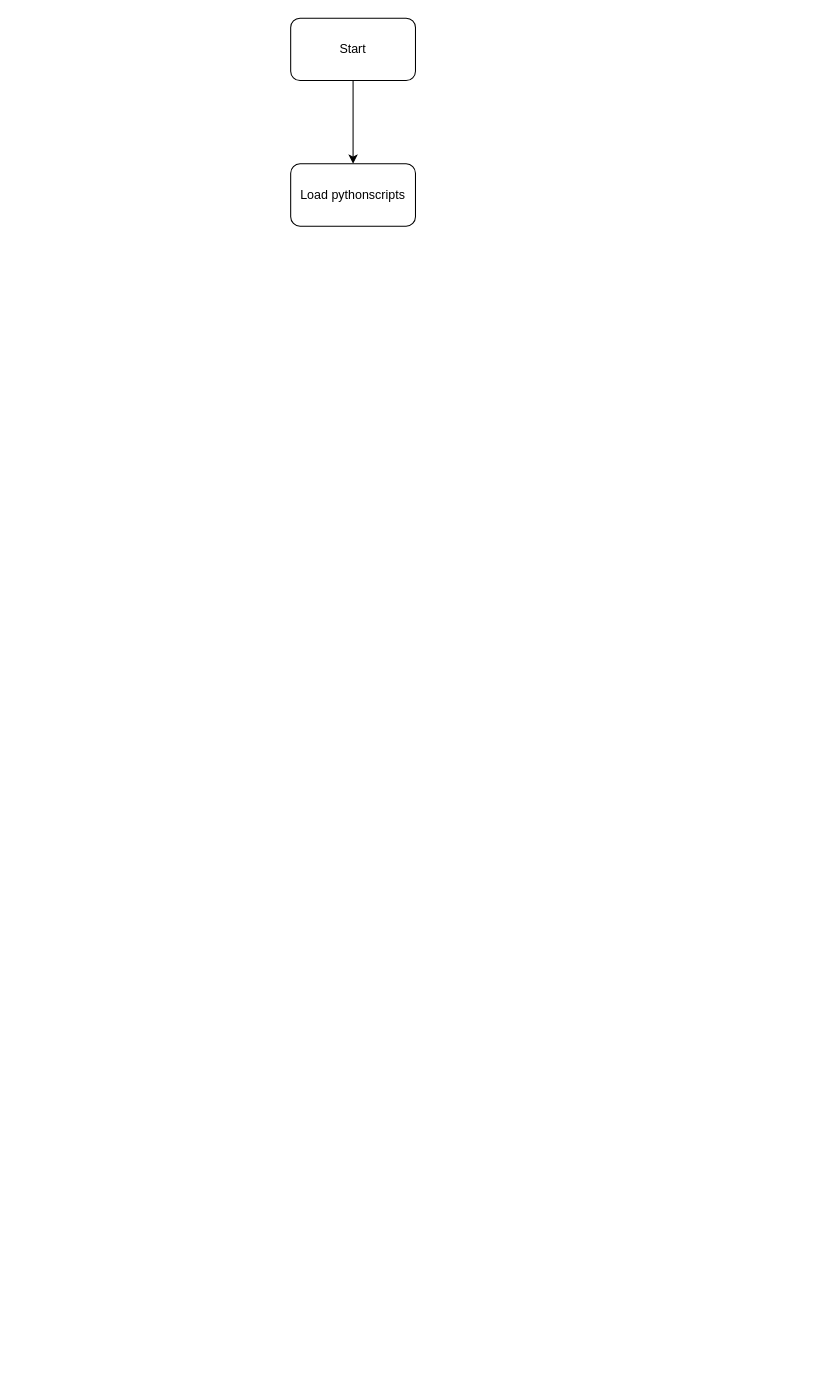
The draw.io diagram FlowchartPython.drawio in bhahohocrzmoto/FEMTB880Case-0, before the edit. Source tidied: cells renumbered, new cells numbered last; positions are measured from the earlier drawing's top-left corner, leaving out a move shared by most shapes. Both pictures are drawn from the tidied source at 104%, with x=0, y=0 at pixel (290, 18).
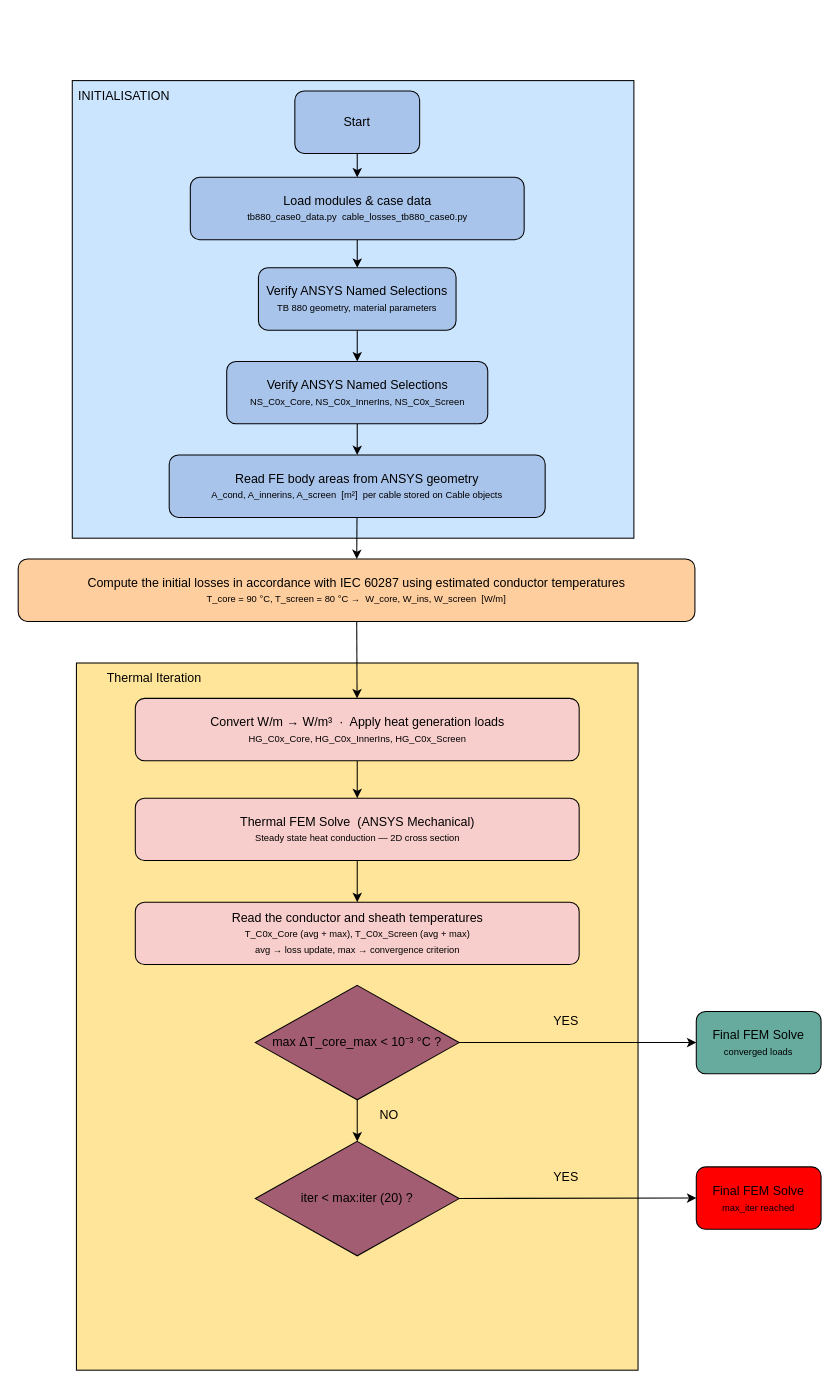
Above is the later version.

Diff of the diagram source:
```diff
@@
+    <mxCell id="5" style="rounded=0;whiteSpace=wrap;html=1;fillColor=#CCE5FF;" parent="1" vertex="1">
+      <mxGeometry x="-210" y="60" width="540" height="440" as="geometry" />
+    </mxCell>
@@
-    <mxCell id="3" value="Start" style="rounded=1;whiteSpace=wrap;html=1;" parent="1" vertex="1">
-      <mxGeometry width="120" height="60" as="geometry" />
+    <mxCell id="3" value="Start" style="rounded=1;whiteSpace=wrap;html=1;fillColor=#A9C4EB;" parent="1" vertex="1">
+      <mxGeometry x="4" y="70" width="120" height="60" as="geometry" />
     </mxCell>
+    <mxCell id="6" style="edgeStyle=orthogonalEdgeStyle;rounded=0;jettySize=auto;html=1;" parent="1" edge="1" source="4" target="9">
+      <mxGeometry relative="1" as="geometry" />
+    </mxCell>
-    <mxCell id="4" value="Load pythonscripts" style="rounded=1;whiteSpace=wrap;html=1;" parent="1" vertex="1">
-      <mxGeometry y="140" width="120" height="60" as="geometry" />
+    <mxCell id="4" value="&lt;div&gt;Load modules &amp;amp; case data&lt;/div&gt;&lt;font style=&quot;font-size: 9px;&quot;&gt;tb880_case0_data.py&amp;nbsp; cable_losses_tb880_case0.py&lt;/font&gt;" style="rounded=1;whiteSpace=wrap;html=1;fillColor=#A9C4EB;" parent="1" vertex="1">
+      <mxGeometry x="-96.5" y="153" width="321" height="60" as="geometry" />
     </mxCell>
+    <mxCell id="7" value="INITIALISATION" style="text;html=1;whiteSpace=wrap;strokeColor=none;fillColor=none;align=center;verticalAlign=middle;rounded=0;" parent="1" vertex="1">
+      <mxGeometry x="-190" y="60" width="60" height="30" as="geometry" />
+    </mxCell>
+    <mxCell id="8" style="edgeStyle=orthogonalEdgeStyle;rounded=0;jettySize=auto;html=1;" parent="1" edge="1" source="9" target="11">
+      <mxGeometry relative="1" as="geometry" />
+    </mxCell>
+    <mxCell id="9" value="&lt;div&gt;Verify ANSYS Named Selections&lt;/div&gt;&lt;font style=&quot;font-size: 9px;&quot;&gt;TB 880 geometry, material parameters&lt;/font&gt;" style="rounded=1;whiteSpace=wrap;html=1;fillColor=#A9C4EB;" parent="1" vertex="1">
+      <mxGeometry x="-31" y="240" width="190" height="60" as="geometry" />
+    </mxCell>
+    <mxCell id="10" style="edgeStyle=orthogonalEdgeStyle;rounded=0;jettySize=auto;html=1;" parent="1" edge="1" source="11" target="13">
+      <mxGeometry relative="1" as="geometry" />
+    </mxCell>
+    <mxCell id="11" value="&lt;div&gt;Verify ANSYS Named Selections&lt;/div&gt;&lt;div&gt;&lt;font style=&quot;font-size: 9px;&quot;&gt;NS_C0x_Core, NS_C0x_InnerIns, NS_C0x_Screen&lt;/font&gt;&lt;/div&gt;" style="rounded=1;whiteSpace=wrap;html=1;fillColor=#A9C4EB;" parent="1" vertex="1">
+      <mxGeometry x="-61.5" y="330" width="251" height="60" as="geometry" />
+    </mxCell>
+    <mxCell id="12" style="rounded=0;jettySize=auto;html=1;" parent="1" edge="1" source="13" target="14">
+      <mxGeometry relative="1" as="geometry" />
+    </mxCell>
+    <mxCell id="13" value="&lt;div&gt;Read FE body areas from ANSYS geometry&lt;/div&gt;&lt;font style=&quot;font-size: 9px;&quot;&gt;A_cond, A_innerins, A_screen&amp;nbsp; [m²]&amp;nbsp; per cable stored on Cable objects&lt;/font&gt;" style="rounded=1;whiteSpace=wrap;html=1;fillColor=#A9C4EB;" parent="1" vertex="1">
+      <mxGeometry x="-116.8" y="420" width="361.5" height="60" as="geometry" />
+    </mxCell>
+    <mxCell id="14" value="&lt;div&gt;Compute the initial losses in accordance with IEC 60287 using estimated conductor temperatures&lt;/div&gt;&lt;font style=&quot;font-size: 9px;&quot;&gt;T_core = 90 °C, T_screen = 80 °C →&amp;nbsp; W_core, W_ins, W_screen&amp;nbsp; [W/m]&lt;/font&gt;" style="rounded=1;whiteSpace=wrap;html=1;fillColor=#FFCE9F;" parent="1" vertex="1">
+      <mxGeometry x="-262" y="520" width="650.7" height="60" as="geometry" />
+    </mxCell>
+    <mxCell id="15" style="rounded=0;whiteSpace=wrap;html=1;fillColor=#FFE599;" parent="1" vertex="1">
+      <mxGeometry x="-206" y="620" width="540" height="680" as="geometry" />
+    </mxCell>
+    <mxCell id="16" value="Thermal Iteration" style="text;html=1;whiteSpace=wrap;strokeColor=none;fillColor=none;align=center;verticalAlign=middle;rounded=0;" parent="1" vertex="1">
+      <mxGeometry x="-206" y="620" width="150" height="30" as="geometry" />
+    </mxCell>
+    <mxCell id="17" style="rounded=0;jettySize=auto;html=1;" parent="1" edge="1" source="18" target="21">
+      <mxGeometry relative="1" as="geometry" />
+    </mxCell>
+    <mxCell id="18" value="&lt;div&gt;Convert W/m → W/m³&amp;nbsp; ·&amp;nbsp; Apply heat generation loads&lt;/div&gt;&lt;font style=&quot;font-size: 9px;&quot;&gt;HG_C0x_Core, HG_C0x_InnerIns, HG_C0x_Screen&lt;/font&gt;" style="rounded=1;whiteSpace=wrap;html=1;fillColor=#F8CECC;" parent="1" vertex="1">
+      <mxGeometry x="-149.4" y="654" width="426.8" height="60" as="geometry" />
+    </mxCell>
+    <mxCell id="19" style="rounded=0;jettySize=auto;html=1;" parent="1" edge="1" source="14" target="18">
+      <mxGeometry relative="1" as="geometry" />
+    </mxCell>
+    <mxCell id="20" style="edgeStyle=orthogonalEdgeStyle;rounded=0;jettySize=auto;html=1;" parent="1" edge="1" source="21" target="22">
+      <mxGeometry relative="1" as="geometry" />
+    </mxCell>
+    <mxCell id="21" value="&lt;div&gt;Thermal FEM Solve&amp;nbsp; (ANSYS Mechanical)&lt;/div&gt;&lt;font style=&quot;font-size: 9px;&quot;&gt;Steady state heat conduction — 2D cross section&lt;/font&gt;" style="rounded=1;whiteSpace=wrap;html=1;fillColor=#F8CECC;" parent="1" vertex="1">
+      <mxGeometry x="-149.4" y="750" width="426.8" height="60" as="geometry" />
+    </mxCell>
+    <mxCell id="22" value="&lt;div&gt;Read the conductor and sheath temperatures&lt;/div&gt;&lt;div&gt;&lt;font style=&quot;font-size: 9px;&quot;&gt;T_C0x_Core (avg + max), T_C0x_Screen (avg + max)&lt;/font&gt;&lt;/div&gt;&lt;div&gt;&lt;font style=&quot;font-size: 9px;&quot;&gt;avg → loss update, max → convergence criterion&lt;/font&gt;&lt;/div&gt;" style="rounded=1;whiteSpace=wrap;html=1;fillColor=#F8CECC;" parent="1" vertex="1">
+      <mxGeometry x="-149.4" y="850" width="426.8" height="60" as="geometry" />
+    </mxCell>
+    <mxCell id="23" style="edgeStyle=orthogonalEdgeStyle;rounded=0;jettySize=auto;html=1;" parent="1" edge="1" source="25" target="26">
+      <mxGeometry relative="1" as="geometry" />
+    </mxCell>
+    <mxCell id="24" style="edgeStyle=orthogonalEdgeStyle;rounded=0;jettySize=auto;html=1;" parent="1" edge="1" source="25" target="29">
+      <mxGeometry relative="1" as="geometry" />
+    </mxCell>
+    <mxCell id="25" value="max ΔT_core_max &amp;lt; 10⁻³ °C ?" style="rhombus;whiteSpace=wrap;html=1;fillColor=#A35D72;" parent="1" vertex="1">
+      <mxGeometry x="-34" y="930" width="196" height="110" as="geometry" />
+    </mxCell>
+    <mxCell id="26" value="&lt;div&gt;Final FEM Solve&lt;/div&gt;&lt;font style=&quot;font-size: 9px;&quot;&gt;converged loads&lt;/font&gt;" style="rounded=1;whiteSpace=wrap;html=1;fillColor=#67AB9F;" parent="1" vertex="1">
+      <mxGeometry x="390" y="955" width="120" height="60" as="geometry" />
+    </mxCell>
+    <mxCell id="27" value="YES" style="text;html=1;whiteSpace=wrap;strokeColor=none;fillColor=none;align=center;verticalAlign=middle;rounded=0;" parent="1" vertex="1">
+      <mxGeometry x="189.5" y="950" width="150" height="30" as="geometry" />
+    </mxCell>
+    <mxCell id="28" style="rounded=0;jettySize=auto;html=1;entryX=0;entryY=0.5;entryDx=0;entryDy=0;" parent="1" edge="1" source="29" target="31">
+      <mxGeometry relative="1" as="geometry" />
+    </mxCell>
+    <mxCell id="29" value="iter &amp;lt; max:iter (20) ?" style="rhombus;whiteSpace=wrap;html=1;fillColor=#A35D72;" parent="1" vertex="1">
+      <mxGeometry x="-34" y="1080" width="196" height="110" as="geometry" />
+    </mxCell>
+    <mxCell id="30" value="NO" style="text;html=1;whiteSpace=wrap;strokeColor=none;fillColor=none;align=center;verticalAlign=middle;rounded=0;" parent="1" vertex="1">
+      <mxGeometry x="20" y="1040" width="150" height="30" as="geometry" />
+    </mxCell>
+    <mxCell id="31" value="&lt;div&gt;Final FEM Solve&lt;/div&gt;&lt;font style=&quot;font-size: 9px;&quot;&gt;max_iter reached&lt;/font&gt;" style="rounded=1;whiteSpace=wrap;html=1;fillColor=#FF0000;" parent="1" vertex="1">
+      <mxGeometry x="390" y="1104.5" width="120" height="60" as="geometry" />
+    </mxCell>
+    <mxCell id="32" value="YES" style="text;html=1;whiteSpace=wrap;strokeColor=none;fillColor=none;align=center;verticalAlign=middle;rounded=0;" parent="1" vertex="1">
+      <mxGeometry x="189.5" y="1099.5" width="150" height="30" as="geometry" />
+    </mxCell>
```
